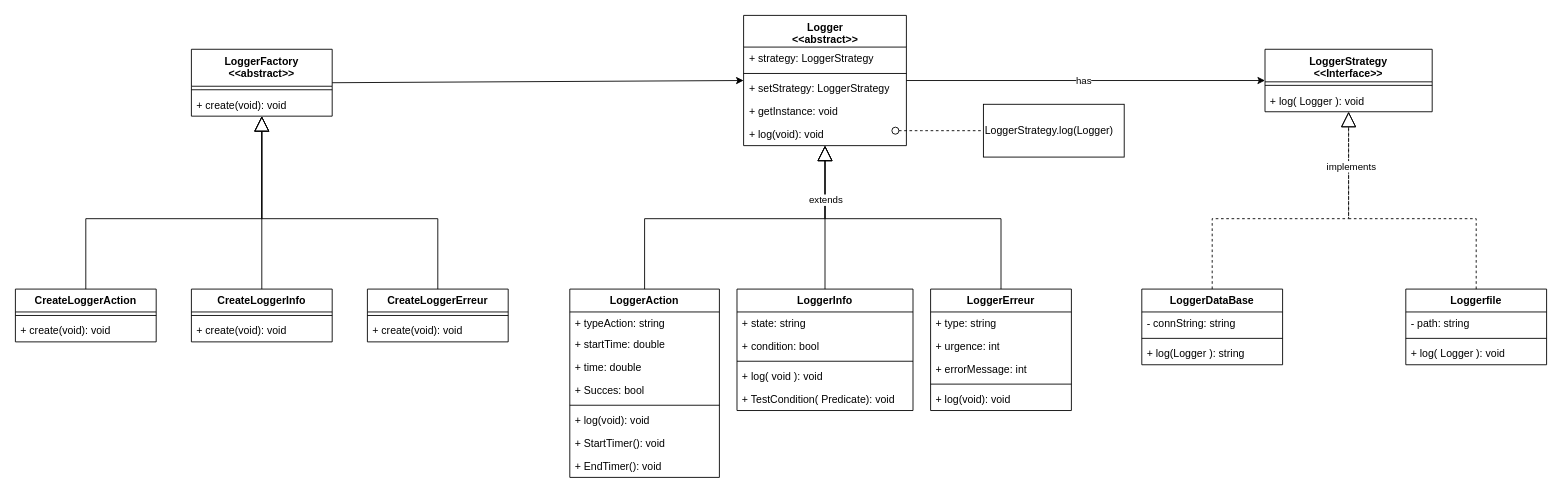
Before: Uml/ClassDiagramme/Logger.drawio.xml in Lililatortue/JavaClassProject, a draw.io diagram. Source tidied: cells renumbered, new cells numbered last; positions are measured from the earlier drawing's top-left corner, leaving out a move shared by most shapes. Both pictures are drawn from the tidied source at 88%, with x=0, y=0 at pixel (15, 15).
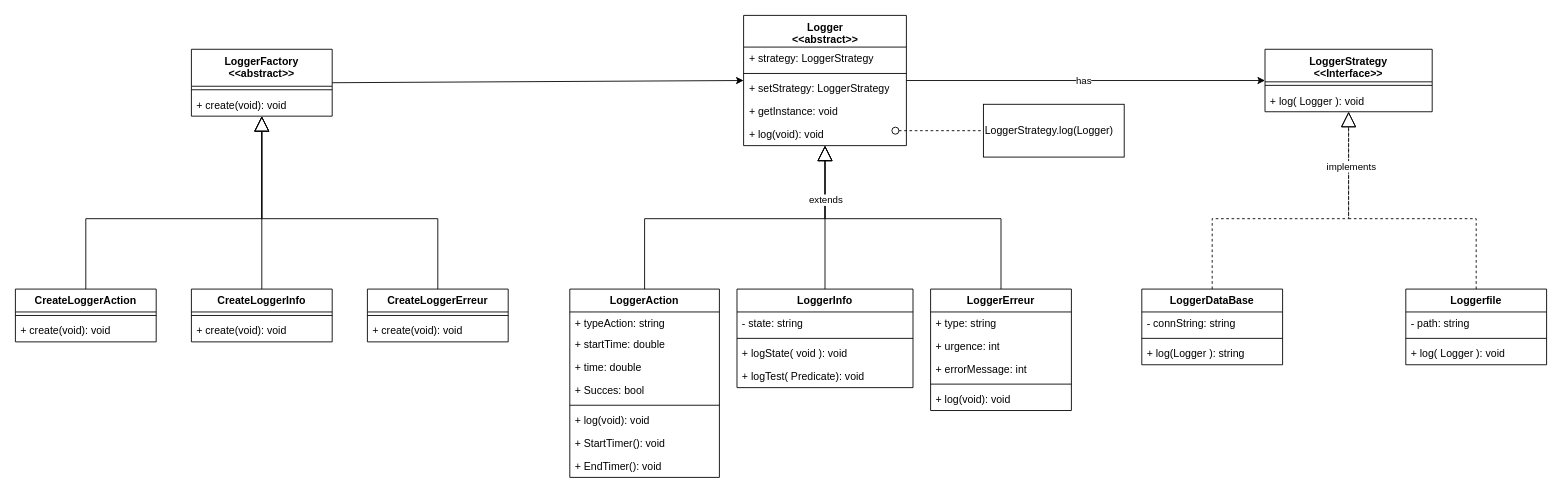
The same diagram, later.

Commit message:
Mettre à jour Logger.drawio.xml

What changed in the source:
```diff
@@
     <mxCell id="14" value="LoggerInfo" style="swimlane;fontStyle=1;align=center;verticalAlign=top;horizontal=1;startSize=26;whiteSpace=wrap;html=1;" parent="1" vertex="1">
-      <mxGeometry x="820" y="311" width="200" height="138" as="geometry" />
+      <mxGeometry x="820" y="311" width="200" height="112" as="geometry" />
     </mxCell>
-    <mxCell id="15" value="+ state: string" style="text;strokeColor=none;fillColor=none;align=left;verticalAlign=top;spacingLeft=4;spacingRight=4;overflow=hidden;whiteSpace=wrap;html=1;" parent="14" vertex="1">
+    <mxCell id="15" value="- state: string" style="text;strokeColor=none;fillColor=none;align=left;verticalAlign=top;spacingLeft=4;spacingRight=4;overflow=hidden;whiteSpace=wrap;html=1;" parent="14" vertex="1">
       <mxGeometry y="26" width="200" height="26" as="geometry" />
     </mxCell>
-    <mxCell id="16" value="+ condition: bool" style="text;strokeColor=none;fillColor=none;align=left;verticalAlign=top;spacingLeft=4;spacingRight=4;overflow=hidden;whiteSpace=wrap;html=1;" parent="14" vertex="1">
-      <mxGeometry y="52" width="200" height="26" as="geometry" />
-    </mxCell>
     <mxCell id="17" style="line;strokeWidth=1;fillColor=none;align=left;verticalAlign=middle;spacingTop=-1;spacingLeft=3;spacingRight=3;labelPosition=right;strokeColor=inherit;" parent="14" vertex="1">
-      <mxGeometry y="78" width="200" height="8" as="geometry" />
+      <mxGeometry y="52" width="200" height="8" as="geometry" />
     </mxCell>
-    <mxCell id="18" value="+ log( void ): void" style="text;strokeColor=none;fillColor=none;align=left;verticalAlign=top;spacingLeft=4;spacingRight=4;overflow=hidden;whiteSpace=wrap;html=1;" parent="14" vertex="1">
-      <mxGeometry y="86" width="200" height="26" as="geometry" />
+    <mxCell id="18" value="+ logState( void ): void" style="text;strokeColor=none;fillColor=none;align=left;verticalAlign=top;spacingLeft=4;spacingRight=4;overflow=hidden;whiteSpace=wrap;html=1;" parent="14" vertex="1">
+      <mxGeometry y="60" width="200" height="26" as="geometry" />
     </mxCell>
-    <mxCell id="19" value="+ TestCondition( Predicate): void" style="text;strokeColor=none;fillColor=none;align=left;verticalAlign=top;spacingLeft=4;spacingRight=4;overflow=hidden;whiteSpace=wrap;html=1;" parent="14" vertex="1">
-      <mxGeometry y="112" width="200" height="26" as="geometry" />
+    <mxCell id="19" value="+ logTest( Predicate): void" style="text;strokeColor=none;fillColor=none;align=left;verticalAlign=top;spacingLeft=4;spacingRight=4;overflow=hidden;whiteSpace=wrap;html=1;" parent="14" vertex="1">
+      <mxGeometry y="86" width="200" height="26" as="geometry" />
     </mxCell>
```
